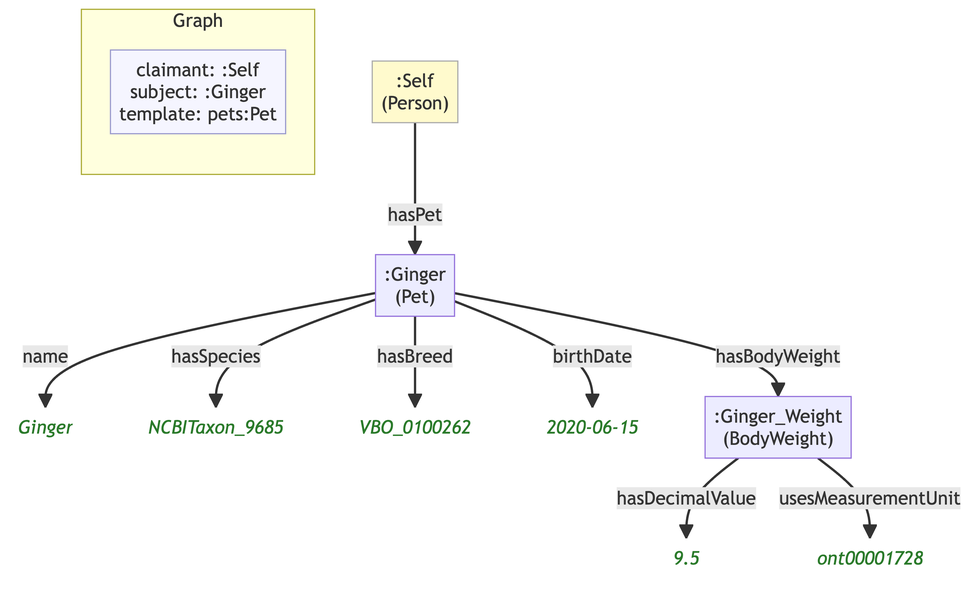
Before: example/graphs/images/graph-37.png, a diagram exported from Mermaid (MeeFoundation/mia-ontologies). Its source is kept beside it as example/graphs/images/graph-37.mmd.
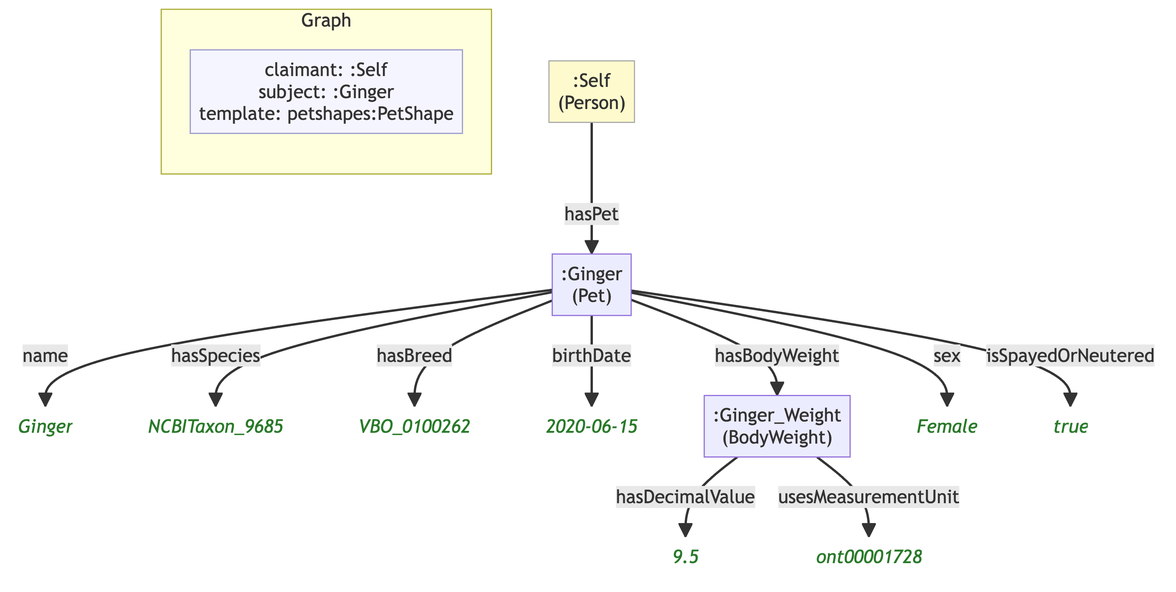
After the change.

The edit, as a diff of the source:
```diff
@@ -6,7 +6,7 @@
 
     subgraph ctx["Graph"]
         direction LR
-        ctx_meta["claimant: :Self\nsubject: :Ginger\ntemplate: pets:Pet"]:::meta
+        ctx_meta["claimant: :Self\nsubject: :Ginger\ntemplate: petshapes:PetShape"]:::meta
     end
 
     nd44f902e3f9e[":Ginger\n(Pet)"]
@@ -15,6 +15,8 @@
     n9e505e1dc69a("VBO_0100262"):::lit
     ne20592b7b4fa("2020-06-15"):::lit
     nd98aabc76a0e[":Ginger_Weight\n(BodyWeight)"]
+    ne6f075283022("Female"):::lit
+    nc22e9031e2b9("true"):::lit
     nd93284aad1dc("9.5"):::lit
     nfacd527fabed("ont00001728"):::lit
     ne0c3ba92f1db[":Self\n(Person)"]:::person
@@ -24,6 +26,8 @@
     nd44f902e3f9e -->|"hasBreed"| n9e505e1dc69a
     nd44f902e3f9e -->|"birthDate"| ne20592b7b4fa
     nd44f902e3f9e -->|"hasBodyWeight"| nd98aabc76a0e
+    nd44f902e3f9e -->|"sex"| ne6f075283022
+    nd44f902e3f9e -->|"isSpayedOrNeutered"| nc22e9031e2b9
     nd98aabc76a0e -->|"hasDecimalValue"| nd93284aad1dc
     nd98aabc76a0e -->|"usesMeasurementUnit"| nfacd527fabed
     ne0c3ba92f1db -->|"hasPet"| nd44f902e3f9e
```
